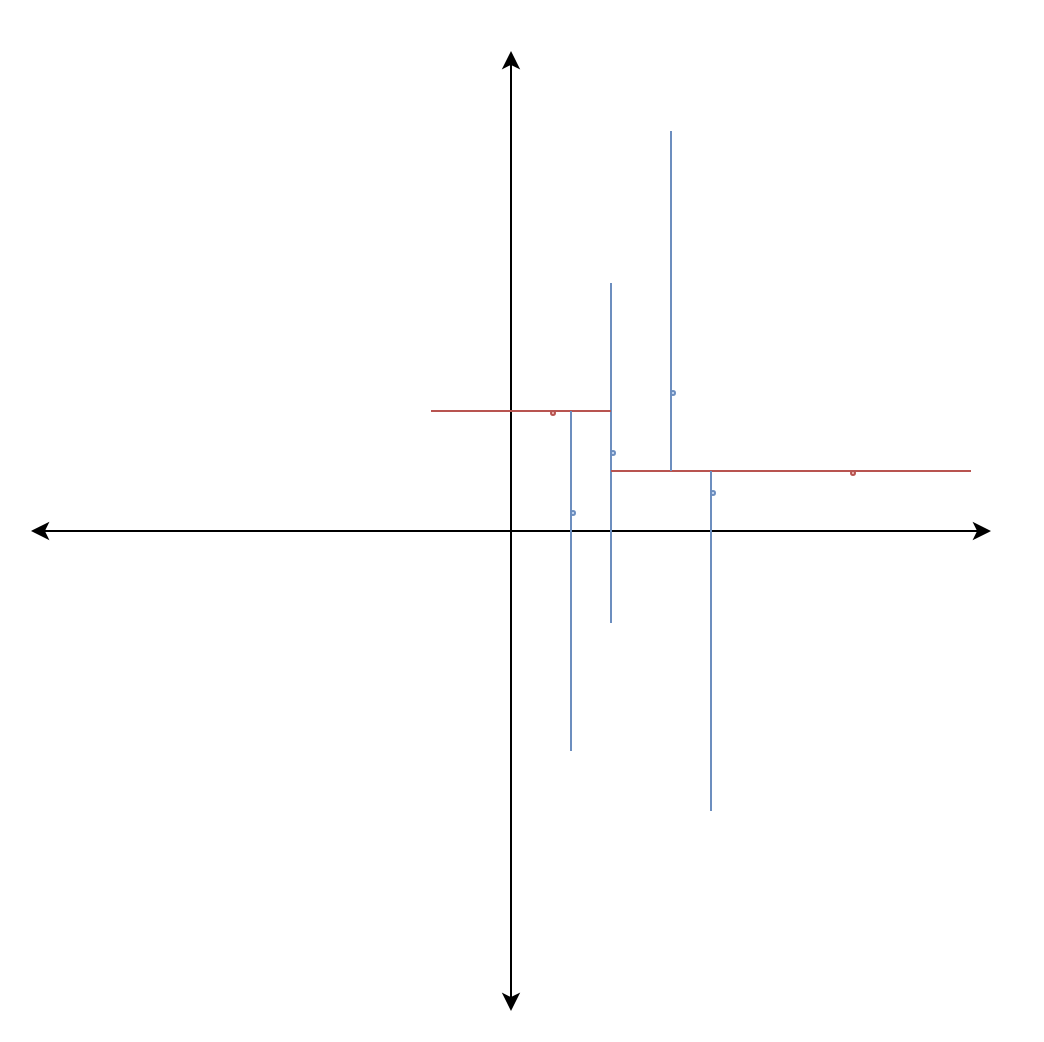
Before: Gambar/kd-tree_graph.drawio in gianmartind/Skripsi-6181801015, a draw.io diagram. Source tidied: cells renumbered, new cells numbered last; positions are measured from the earlier drawing's top-left corner, leaving out a move shared by most shapes. Both pictures are drawn from the tidied source at 200%, with x=0, y=0 at pixel (30, 50).
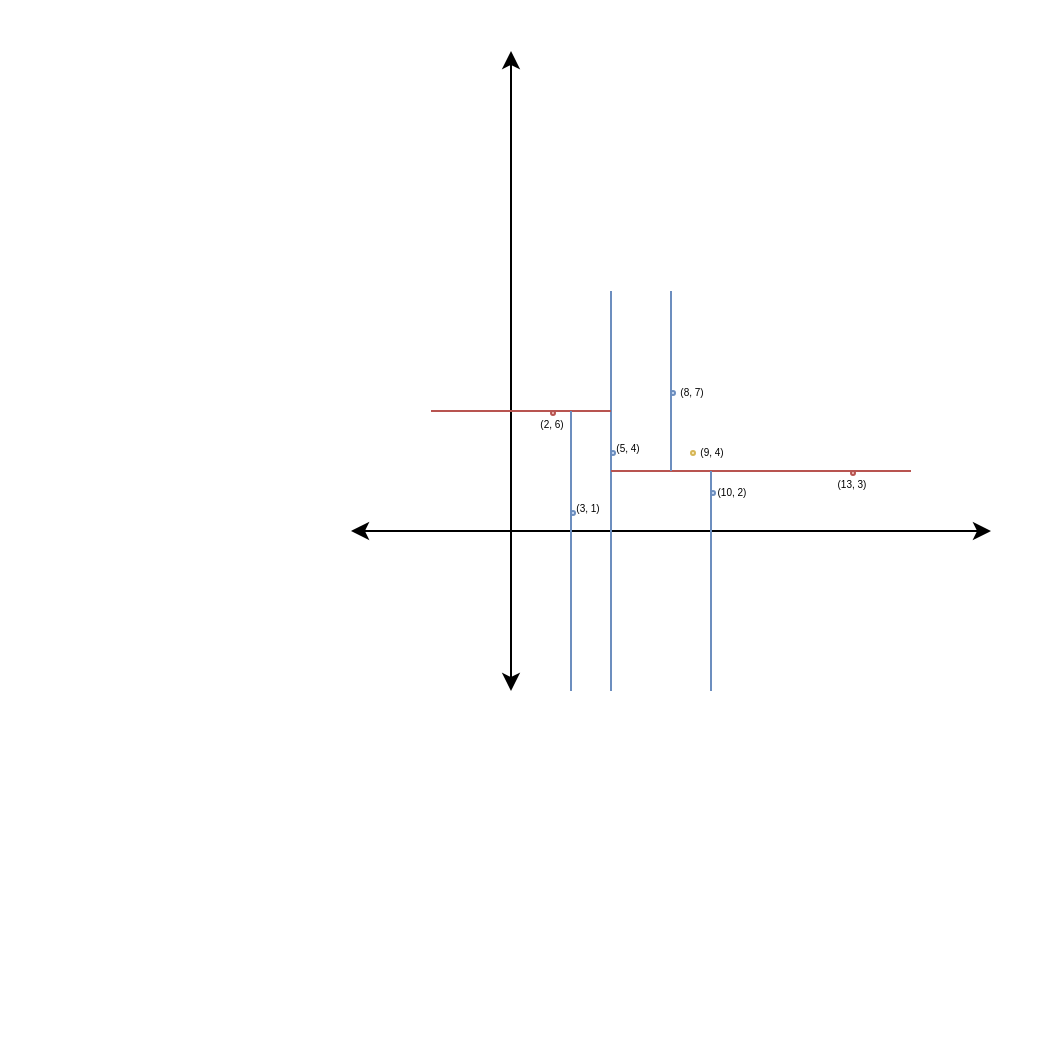
Above is the later version.

The edit, as a diff of the source:
```diff
@@
     <mxCell id="2" style="endArrow=classic;startArrow=classic;html=1;rounded=0;" parent="1" edge="1">
       <mxGeometry relative="1" as="geometry">
-        <mxPoint x="240" y="480" as="sourcePoint" />
+        <mxPoint x="240" y="320" as="sourcePoint" />
         <mxPoint x="240" as="targetPoint" />
       </mxGeometry>
     </mxCell>
     <mxCell id="3" style="endArrow=classic;startArrow=classic;html=1;rounded=0;" parent="1" edge="1">
       <mxGeometry relative="1" as="geometry">
-        <mxPoint y="240" as="sourcePoint" />
+        <mxPoint x="160" y="240" as="sourcePoint" />
         <mxPoint x="480" y="240" as="targetPoint" />
       </mxGeometry>
     </mxCell>
     <mxCell id="4" style="endArrow=none;html=1;rounded=0;fillColor=#dae8fc;strokeColor=#6c8ebf;" parent="1" edge="1">
       <mxGeometry relative="1" as="geometry">
-        <mxPoint x="290" y="286" as="sourcePoint" />
-        <mxPoint x="290" y="116" as="targetPoint" />
+        <mxPoint x="290" y="320" as="sourcePoint" />
+        <mxPoint x="290" y="120" as="targetPoint" />
       </mxGeometry>
     </mxCell>
@@
     <mxCell id="9" style="endArrow=none;html=1;rounded=0;fillColor=#dae8fc;strokeColor=#6c8ebf;" parent="1" edge="1">
       <mxGeometry relative="1" as="geometry">
-        <mxPoint x="270" y="350" as="sourcePoint" />
+        <mxPoint x="270" y="320" as="sourcePoint" />
         <mxPoint x="270" y="180" as="targetPoint" />
       </mxGeometry>
     </mxCell>
@@
     <mxCell id="11" style="endArrow=none;html=1;rounded=0;fillColor=#f8cecc;strokeColor=#b85450;" parent="1" edge="1">
       <mxGeometry relative="1" as="geometry">
-        <mxPoint x="470" y="210" as="sourcePoint" />
+        <mxPoint x="440" y="210" as="sourcePoint" />
         <mxPoint x="290" y="210" as="targetPoint" />
       </mxGeometry>
     </mxCell>
@@
     <mxCell id="13" style="endArrow=none;html=1;rounded=0;fillColor=#dae8fc;strokeColor=#6c8ebf;" parent="1" edge="1">
       <mxGeometry relative="1" as="geometry">
         <mxPoint x="320" y="210" as="sourcePoint" />
-        <mxPoint x="320" y="40" as="targetPoint" />
+        <mxPoint x="320" y="120" as="targetPoint" />
       </mxGeometry>
     </mxCell>
     <mxCell id="14" style="endArrow=none;html=1;rounded=0;fillColor=#dae8fc;strokeColor=#6c8ebf;" parent="1" edge="1">
       <mxGeometry relative="1" as="geometry">
-        <mxPoint x="340" y="380" as="sourcePoint" />
+        <mxPoint x="340" y="320" as="sourcePoint" />
         <mxPoint x="340" y="210" as="targetPoint" />
       </mxGeometry>
     </mxCell>
@@
+    <mxCell id="16" value="&lt;font style=&quot;font-size: 5px&quot;&gt;(5, 4)&lt;/font&gt;" style="text;html=1;strokeColor=none;fillColor=none;align=center;verticalAlign=middle;whiteSpace=wrap;rounded=0;" parent="1" vertex="1">
+      <mxGeometry x="290" y="194" width="18" height="6" as="geometry" />
+    </mxCell>
+    <mxCell id="17" value="&lt;font style=&quot;font-size: 5px&quot;&gt;(3, 1)&lt;/font&gt;" style="text;html=1;strokeColor=none;fillColor=none;align=center;verticalAlign=middle;whiteSpace=wrap;rounded=0;" parent="1" vertex="1">
+      <mxGeometry x="270" y="224" width="18" height="6" as="geometry" />
+    </mxCell>
+    <mxCell id="18" value="&lt;font style=&quot;font-size: 5px&quot;&gt;(2, 6)&lt;/font&gt;" style="text;html=1;strokeColor=none;fillColor=none;align=center;verticalAlign=middle;whiteSpace=wrap;rounded=0;" parent="1" vertex="1">
+      <mxGeometry x="252" y="182" width="18" height="6" as="geometry" />
+    </mxCell>
+    <mxCell id="19" value="&lt;font style=&quot;font-size: 5px&quot;&gt;(10, 2)&lt;/font&gt;" style="text;html=1;strokeColor=none;fillColor=none;align=center;verticalAlign=middle;whiteSpace=wrap;rounded=0;" parent="1" vertex="1">
+      <mxGeometry x="342" y="216" width="18" height="6" as="geometry" />
+    </mxCell>
+    <mxCell id="20" value="&lt;font style=&quot;font-size: 5px&quot;&gt;(8, 7)&lt;/font&gt;" style="text;html=1;strokeColor=none;fillColor=none;align=center;verticalAlign=middle;whiteSpace=wrap;rounded=0;" parent="1" vertex="1">
+      <mxGeometry x="322" y="166" width="18" height="6" as="geometry" />
+    </mxCell>
+    <mxCell id="21" value="&lt;font style=&quot;font-size: 5px&quot;&gt;(13, 3)&lt;/font&gt;" style="text;html=1;strokeColor=none;fillColor=none;align=center;verticalAlign=middle;whiteSpace=wrap;rounded=0;" parent="1" vertex="1">
+      <mxGeometry x="402" y="212" width="18" height="6" as="geometry" />
+    </mxCell>
+    <mxCell id="22" style="ellipse;whiteSpace=wrap;html=1;fillColor=#fff2cc;strokeColor=#d6b656;" parent="1" vertex="1">
+      <mxGeometry x="330" y="200" width="2" height="2" as="geometry" />
+    </mxCell>
+    <mxCell id="23" value="&lt;font style=&quot;font-size: 5px&quot;&gt;(9, 4)&lt;/font&gt;" style="text;html=1;strokeColor=none;fillColor=none;align=center;verticalAlign=middle;whiteSpace=wrap;rounded=0;" parent="1" vertex="1">
+      <mxGeometry x="332" y="196" width="18" height="6" as="geometry" />
+    </mxCell>
```
